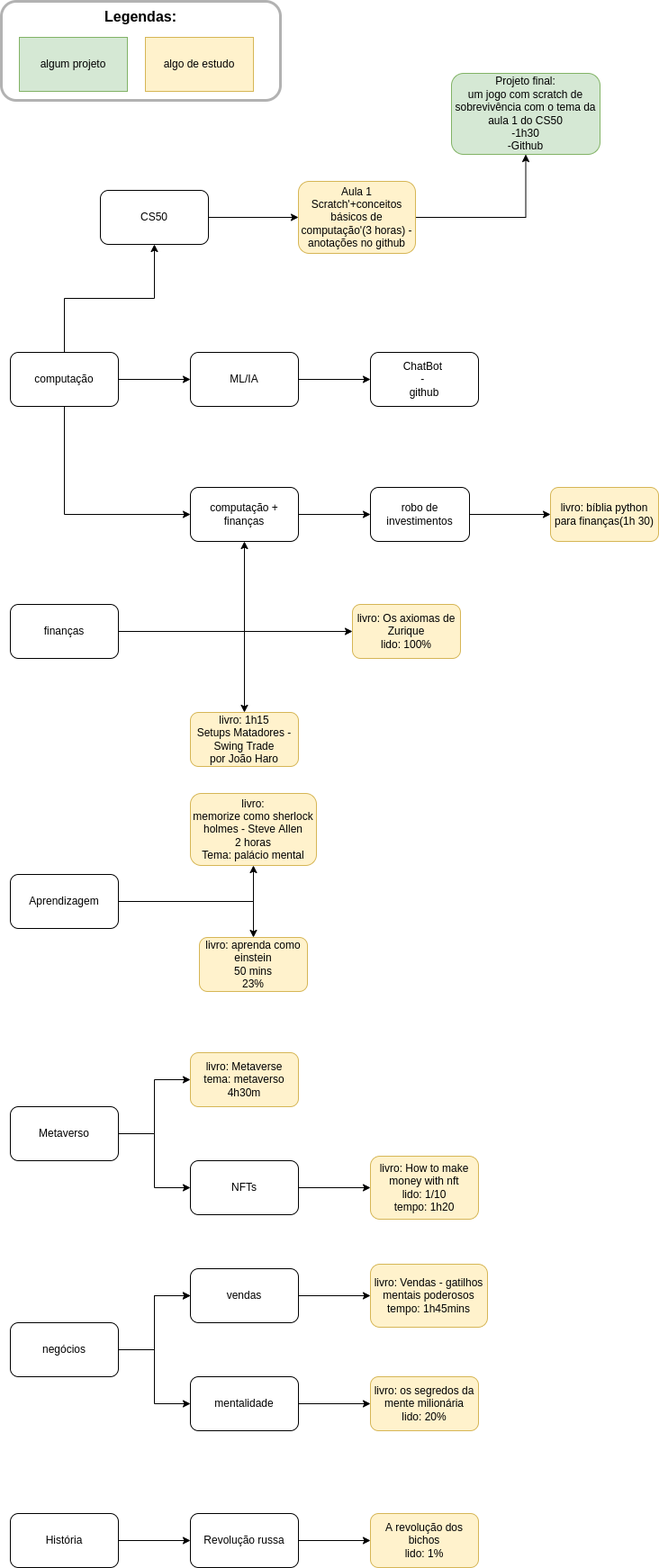
Earlier version of the draw.io export mystudies.drawio.png (gu-nog/my-studies). Source tidied: cells renumbered, new cells last; positions are measured from the earlier drawing's top-left corner, leaving out a move shared by most shapes.
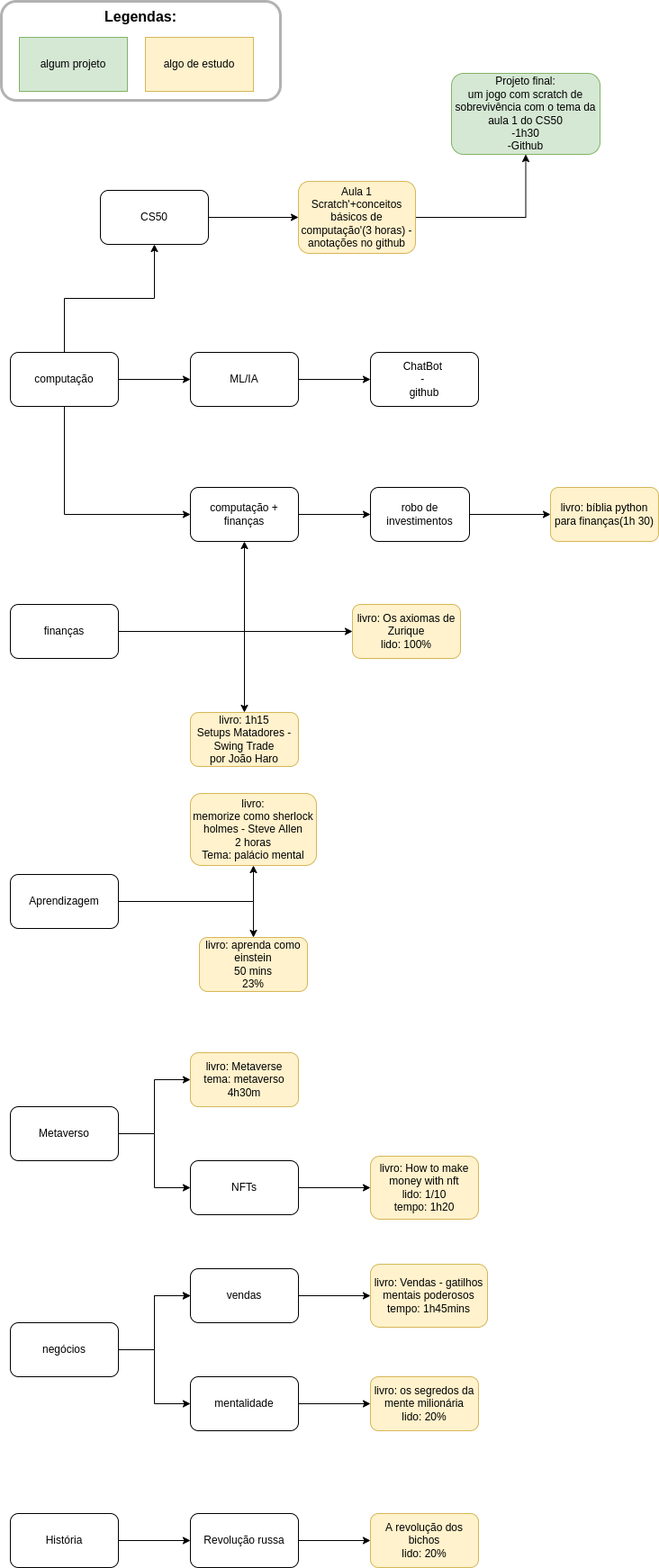
After the change.

What changed in the source:
```diff
@@ -177,7 +177,7 @@
     <mxCell id="53" value="Revolução russa" style="whiteSpace=wrap;html=1;rounded=1;" parent="1" vertex="1">
       <mxGeometry x="210" y="1680" width="120" height="60" as="geometry" />
     </mxCell>
-    <mxCell id="54" value="A revolução dos bichos&lt;br&gt;lido: 1%" style="whiteSpace=wrap;html=1;rounded=1;fillColor=#fff2cc;strokeColor=#d6b656;" parent="1" vertex="1">
+    <mxCell id="54" value="A revolução dos bichos&lt;br&gt;lido: 20%" style="whiteSpace=wrap;html=1;rounded=1;fillColor=#fff2cc;strokeColor=#d6b656;" parent="1" vertex="1">
       <mxGeometry x="410" y="1680" width="120" height="60" as="geometry" />
     </mxCell>
   </root>
```
